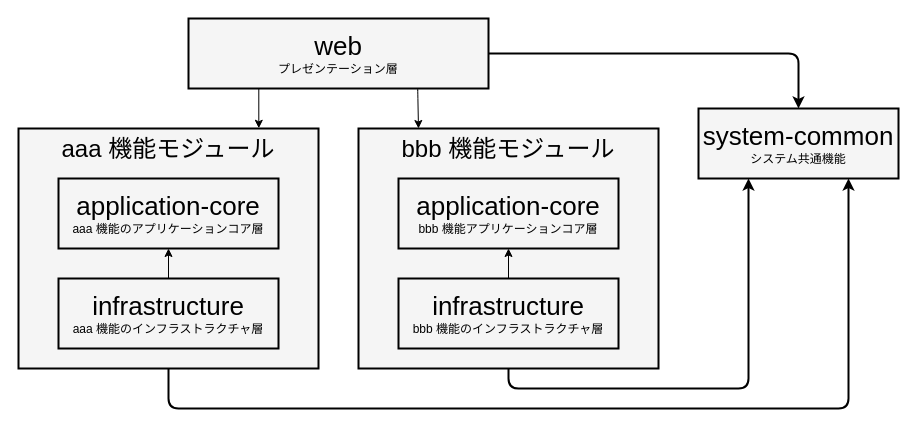
Above: documents/_materials/images/guidebooks/how-to-develop/ssr/java/subproject-dependencies-light.drawio in AlesInfiny/maia (draw.io), before the change. Source tidied: cells renumbered, new cells numbered last; positions are measured from the earlier drawing's top-left corner, leaving out a move shared by most shapes. Both pictures are drawn from the tidied source at 100%, with x=0, y=0 at pixel (18, 18).
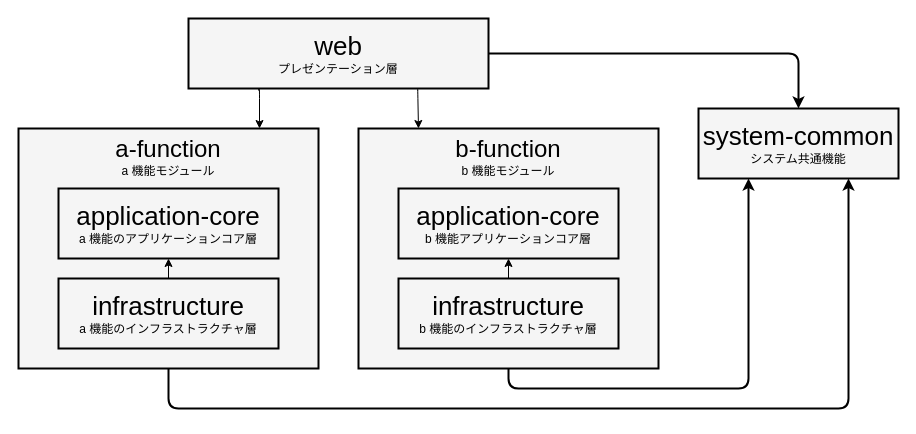
Above is the later version.

The change refers to these unchanged cells:
```xml
<mxCell id="4" value="&lt;font style=&quot;font-size: 26px;&quot;&gt;web&lt;/font&gt;&lt;br&gt;プレゼンテーション層" style="rounded=0;whiteSpace=wrap;html=1;fillColor=#F5F5F5;fontColor=#000000;strokeColor=#000000;strokeWidth=2;" parent="1" vertex="1">
  <mxGeometry x="170" width="300" height="70" as="geometry" />
</mxCell>
<mxCell id="6" value="&lt;font style=&quot;font-size: 26px;&quot;&gt;system-common&lt;/font&gt;&lt;br&gt;システム共通機能" style="rounded=0;whiteSpace=wrap;html=1;fillColor=#F5F5F5;fontColor=#000000;strokeColor=#000000;strokeWidth=2;" parent="1" vertex="1">
  <mxGeometry x="680" y="90" width="200" height="70" as="geometry" />
</mxCell>
```

The edit, as a diff of the source:
```diff
@@
-    <mxCell id="2" style="edgeStyle=orthogonalEdgeStyle;html=1;entryX=0.801;entryY=-0.001;entryDx=0;entryDy=0;entryPerimeter=0;" parent="1" edge="1" source="4" target="13">
-      <mxGeometry relative="1" as="geometry">
-        <Array as="points">
-          <mxPoint x="240" y="110" />
-        </Array>
-      </mxGeometry>
-    </mxCell>
-    <mxCell id="3" style="edgeStyle=orthogonalEdgeStyle;html=1;entryX=0.2;entryY=0;entryDx=0;entryDy=0;exitX=0.764;exitY=1.027;exitDx=0;exitDy=0;exitPerimeter=0;entryPerimeter=0;" parent="1" edge="1" source="4" target="5">
-      <mxGeometry relative="1" as="geometry">
-        <Array as="points">
-          <mxPoint x="399" y="70" />
-          <mxPoint x="400" y="70" />
-        </Array>
-      </mxGeometry>
-    </mxCell>
+    <mxCell id="17" style="edgeStyle=orthogonalEdgeStyle;html=1;entryX=0.2;entryY=0;entryDx=0;entryDy=0;exitX=0.764;exitY=1.027;exitDx=0;exitDy=0;exitPerimeter=0;entryPerimeter=0;strokeColor=#000000;fontColor=#FFFFFF;" parent="1" edge="1" source="4" target="18">
+      <mxGeometry relative="1" as="geometry">
+        <Array as="points">
+          <mxPoint x="399" y="70" />
+          <mxPoint x="400" y="70" />
+        </Array>
+      </mxGeometry>
+    </mxCell>
@@
-    <mxCell id="5" value="&lt;font style=&quot;font-size: 24px;&quot;&gt;bbb 機能モジュール&lt;/font&gt;&lt;br&gt;&lt;div&gt;&lt;font style=&quot;font-size: 24px;&quot;&gt;&lt;br&gt;&lt;/font&gt;&lt;/div&gt;" style="rounded=0;whiteSpace=wrap;html=1;fillColor=#F5F5F5;fontColor=#000000;strokeColor=#000000;strokeWidth=2;verticalAlign=top;" parent="1" vertex="1">
-      <mxGeometry x="340" y="110" width="300" height="240" as="geometry" />
-    </mxCell>
+    <mxCell id="18" value="&lt;span style=&quot;font-size: 24px;&quot;&gt;b-function&lt;/span&gt;&lt;div&gt;&lt;font&gt;b 機能モジュール&lt;/font&gt;&lt;/div&gt;" style="rounded=0;whiteSpace=wrap;html=1;fillColor=#F5F5F5;fontColor=#000000;strokeColor=#000000;strokeWidth=2;verticalAlign=top;" parent="1" vertex="1">
+      <mxGeometry x="340" y="110" width="300" height="240" as="geometry" />
+    </mxCell>
@@
-    <mxCell id="7" style="edgeStyle=orthogonalEdgeStyle;html=1;strokeWidth=2;strokeColor=#000000;fontColor=#000000;" parent="1" edge="1" source="4" target="6">
+    <mxCell id="7" style="edgeStyle=orthogonalEdgeStyle;html=1;strokeWidth=2;strokeColor=#000000;fontColor=#FFFFFF;" parent="1" edge="1" source="4" target="6">
       <mxGeometry relative="1" as="geometry" />
     </mxCell>
-    <mxCell id="8" style="edgeStyle=orthogonalEdgeStyle;html=1;entryX=0.25;entryY=1;entryDx=0;entryDy=0;strokeWidth=2;strokeColor=#000000;fontColor=#000000;exitX=0.5;exitY=1;exitDx=0;exitDy=0;" parent="1" edge="1" source="5" target="6">
-      <mxGeometry relative="1" as="geometry">
-        <Array as="points">
-          <mxPoint x="490" y="370" />
-          <mxPoint x="730" y="370" />
-        </Array>
-      </mxGeometry>
-    </mxCell>
-    <mxCell id="9" value="&lt;span style=&quot;font-size: 26px;&quot;&gt;application-core&lt;/span&gt;&lt;br&gt;bbb 機能アプリケーションコア層" style="rounded=0;whiteSpace=wrap;html=1;fillColor=#F5F5F5;fontColor=#000000;strokeColor=#000000;strokeWidth=2;" parent="1" vertex="1">
-      <mxGeometry x="380" y="160" width="220" height="70" as="geometry" />
-    </mxCell>
-    <mxCell id="10" style="edgeStyle=none;html=1;" parent="1" edge="1" source="11" target="9">
-      <mxGeometry relative="1" as="geometry" />
-    </mxCell>
-    <mxCell id="11" value="&lt;font style=&quot;font-size: 26px;&quot;&gt;infrastructure&lt;/font&gt;&lt;br&gt;bbb 機能のインフラストラクチャ層" style="rounded=0;whiteSpace=wrap;html=1;fillColor=#F5F5F5;fontColor=#000000;strokeColor=#000000;strokeWidth=2;" parent="1" vertex="1">
-      <mxGeometry x="380" y="260" width="220" height="70" as="geometry" />
-    </mxCell>
-    <mxCell id="12" style="edgeStyle=orthogonalEdgeStyle;html=1;exitX=0.5;exitY=1;exitDx=0;exitDy=0;strokeWidth=2;entryX=0.75;entryY=1;entryDx=0;entryDy=0;" parent="1" edge="1" source="13" target="6">
-      <mxGeometry relative="1" as="geometry">
-        <Array as="points">
-          <mxPoint x="150" y="390" />
-          <mxPoint x="830" y="390" />
-        </Array>
-      </mxGeometry>
-    </mxCell>
-    <mxCell id="13" value="&lt;font style=&quot;font-size: 24px;&quot;&gt;aaa 機能モジュール&lt;/font&gt;&lt;br&gt;&lt;div&gt;&lt;font style=&quot;font-size: 24px;&quot;&gt;&lt;br&gt;&lt;/font&gt;&lt;/div&gt;" style="rounded=0;whiteSpace=wrap;html=1;fillColor=#F5F5F5;fontColor=#000000;strokeColor=#000000;strokeWidth=2;verticalAlign=top;" parent="1" vertex="1">
-      <mxGeometry y="110" width="300" height="240" as="geometry" />
-    </mxCell>
-    <mxCell id="14" value="&lt;span style=&quot;font-size: 26px;&quot;&gt;application-core&lt;/span&gt;&lt;br&gt;aaa 機能のアプリケーションコア層" style="rounded=0;whiteSpace=wrap;html=1;fillColor=#F5F5F5;fontColor=#000000;strokeColor=#000000;strokeWidth=2;" parent="1" vertex="1">
-      <mxGeometry x="40" y="160" width="220" height="70" as="geometry" />
-    </mxCell>
-    <mxCell id="15" style="edgeStyle=none;html=1;" parent="1" edge="1" source="16" target="14">
-      <mxGeometry relative="1" as="geometry" />
-    </mxCell>
-    <mxCell id="16" value="&lt;font style=&quot;font-size: 26px;&quot;&gt;infrastructure&lt;/font&gt;&lt;br&gt;aaa 機能のインフラストラクチャ層" style="rounded=0;whiteSpace=wrap;html=1;fillColor=#F5F5F5;fontColor=#000000;strokeColor=#000000;strokeWidth=2;" parent="1" vertex="1">
-      <mxGeometry x="40" y="260" width="220" height="70" as="geometry" />
-    </mxCell>
+    <mxCell id="19" style="edgeStyle=orthogonalEdgeStyle;html=1;entryX=0.25;entryY=1;entryDx=0;entryDy=0;strokeWidth=2;strokeColor=#000000;fontColor=#FFFFFF;exitX=0.5;exitY=1;exitDx=0;exitDy=0;" parent="1" edge="1" source="18" target="6">
+      <mxGeometry relative="1" as="geometry">
+        <Array as="points">
+          <mxPoint x="490" y="370" />
+          <mxPoint x="730" y="370" />
+        </Array>
+      </mxGeometry>
+    </mxCell>
+    <mxCell id="20" value="&lt;span style=&quot;font-size: 26px;&quot;&gt;application-core&lt;/span&gt;&lt;br&gt;b 機能アプリケーションコア層" style="rounded=0;whiteSpace=wrap;html=1;fillColor=#F5F5F5;fontColor=#000000;strokeColor=#000000;strokeWidth=2;" parent="1" vertex="1">
+      <mxGeometry x="380" y="170" width="220" height="70" as="geometry" />
+    </mxCell>
+    <mxCell id="21" style="edgeStyle=none;html=1;fontColor=#FFFFFF;strokeColor=#000000;" parent="1" edge="1" source="22" target="20">
+      <mxGeometry relative="1" as="geometry" />
+    </mxCell>
+    <mxCell id="22" value="&lt;font style=&quot;font-size: 26px;&quot;&gt;infrastructure&lt;/font&gt;&lt;br&gt;b 機能のインフラストラクチャ層" style="rounded=0;whiteSpace=wrap;html=1;fillColor=#F5F5F5;fontColor=#000000;strokeColor=#000000;strokeWidth=2;" parent="1" vertex="1">
+      <mxGeometry x="380" y="260" width="220" height="70" as="geometry" />
+    </mxCell>
+    <mxCell id="23" style="edgeStyle=orthogonalEdgeStyle;html=1;exitX=0.5;exitY=1;exitDx=0;exitDy=0;strokeWidth=2;entryX=0.75;entryY=1;entryDx=0;entryDy=0;strokeColor=#000000;fontColor=#FFFFFF;" parent="1" edge="1" source="24" target="6">
+      <mxGeometry relative="1" as="geometry">
+        <Array as="points">
+          <mxPoint x="150" y="390" />
+          <mxPoint x="830" y="390" />
+        </Array>
+      </mxGeometry>
+    </mxCell>
+    <mxCell id="24" value="&lt;div&gt;&lt;font style=&quot;font-size: 24px;&quot;&gt;a-function&lt;/font&gt;&lt;/div&gt;&lt;font&gt;a 機能モジュール&lt;/font&gt;" style="rounded=0;whiteSpace=wrap;html=1;fillColor=#F5F5F5;fontColor=#000000;strokeColor=#000000;strokeWidth=2;verticalAlign=top;" parent="1" vertex="1">
+      <mxGeometry y="110" width="300" height="240" as="geometry" />
+    </mxCell>
+    <mxCell id="25" value="&lt;span style=&quot;font-size: 26px;&quot;&gt;application-core&lt;/span&gt;&lt;br&gt;a 機能のアプリケーションコア層" style="rounded=0;whiteSpace=wrap;html=1;fillColor=#F5F5F5;fontColor=#000000;strokeColor=#000000;strokeWidth=2;" parent="1" vertex="1">
+      <mxGeometry x="40" y="170" width="220" height="70" as="geometry" />
+    </mxCell>
+    <mxCell id="26" style="edgeStyle=none;html=1;fontColor=#FFFFFF;strokeColor=#000000;" parent="1" edge="1" source="27" target="25">
+      <mxGeometry relative="1" as="geometry" />
+    </mxCell>
+    <mxCell id="27" value="&lt;font style=&quot;font-size: 26px;&quot;&gt;infrastructure&lt;/font&gt;&lt;br&gt;a 機能のインフラストラクチャ層" style="rounded=0;whiteSpace=wrap;html=1;fillColor=#F5F5F5;fontColor=#000000;strokeColor=#000000;strokeWidth=2;" parent="1" vertex="1">
+      <mxGeometry x="40" y="260" width="220" height="70" as="geometry" />
+    </mxCell>
+    <mxCell id="28" style="edgeStyle=orthogonalEdgeStyle;html=1;entryX=0.2;entryY=0;entryDx=0;entryDy=0;exitX=0.764;exitY=1.027;exitDx=0;exitDy=0;exitPerimeter=0;entryPerimeter=0;strokeColor=#000000;fontColor=#FFFFFF;" parent="1" edge="1">
+      <mxGeometry relative="1" as="geometry">
+        <mxPoint x="240" y="72" as="sourcePoint" />
+        <mxPoint x="241" y="110" as="targetPoint" />
+        <Array as="points">
+          <mxPoint x="240" y="70" />
+          <mxPoint x="241" y="70" />
+        </Array>
+      </mxGeometry>
+    </mxCell>
```
